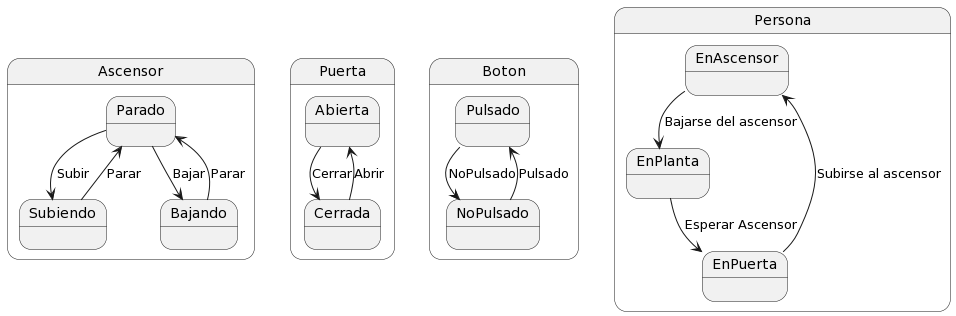
Above: entregas/Grupo4/ModeloDelDominio/images/diagramaDeEstados.png in mmasias/IdSw2-22-23 (PlantUML), before the change.
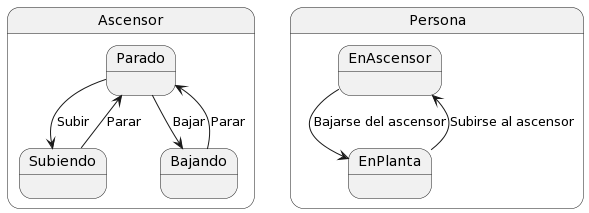
After the change.

Commit message:
feat: create classes diagram and update state diagram and domain model diagram

The edit, as a diff of the source:
```diff
@@ -10,30 +10,12 @@
     Bajando --> Parado : Parar
 }
 
-State Puerta{
-    State Abierta
-    State Cerrada
-
-    Abierta --> Cerrada : Cerrar
-    Cerrada --> Abierta : Abrir
-}
-
-State Boton{
-    State Pulsado
-    State NoPulsado
-
-    Pulsado --> NoPulsado : NoPulsado
-    NoPulsado --> Pulsado : Pulsado
-}
-
 State Persona {
     State EnAscensor
     State EnPlanta
-    State EnPuerta
 
     EnAscensor --> EnPlanta : Bajarse del ascensor
-    EnPlanta --> EnPuerta : Esperar Ascensor
-    EnPuerta --> EnAscensor : Subirse al ascensor
+    EnPlanta --> EnAscensor : Subirse al ascensor
 
 }
 @enduml
```
